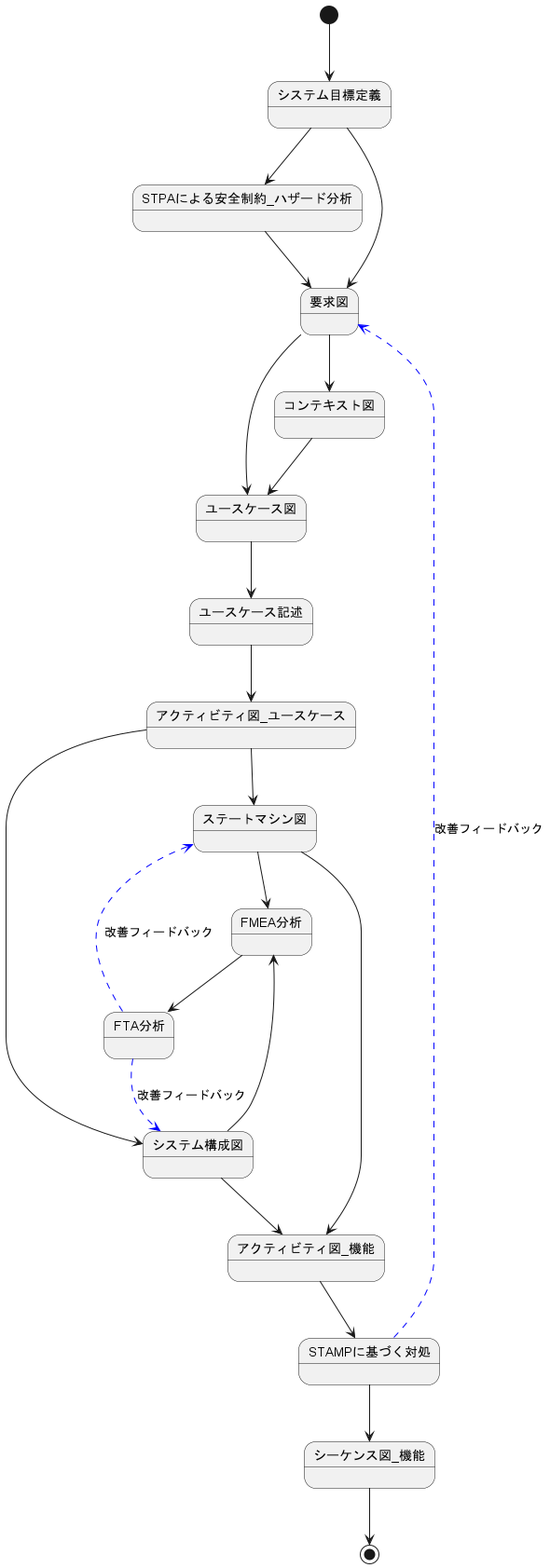
Before: プロセス/開発プロセス.png, a diagram exported from PlantUML (masaki-kato-119/VendingMachine).
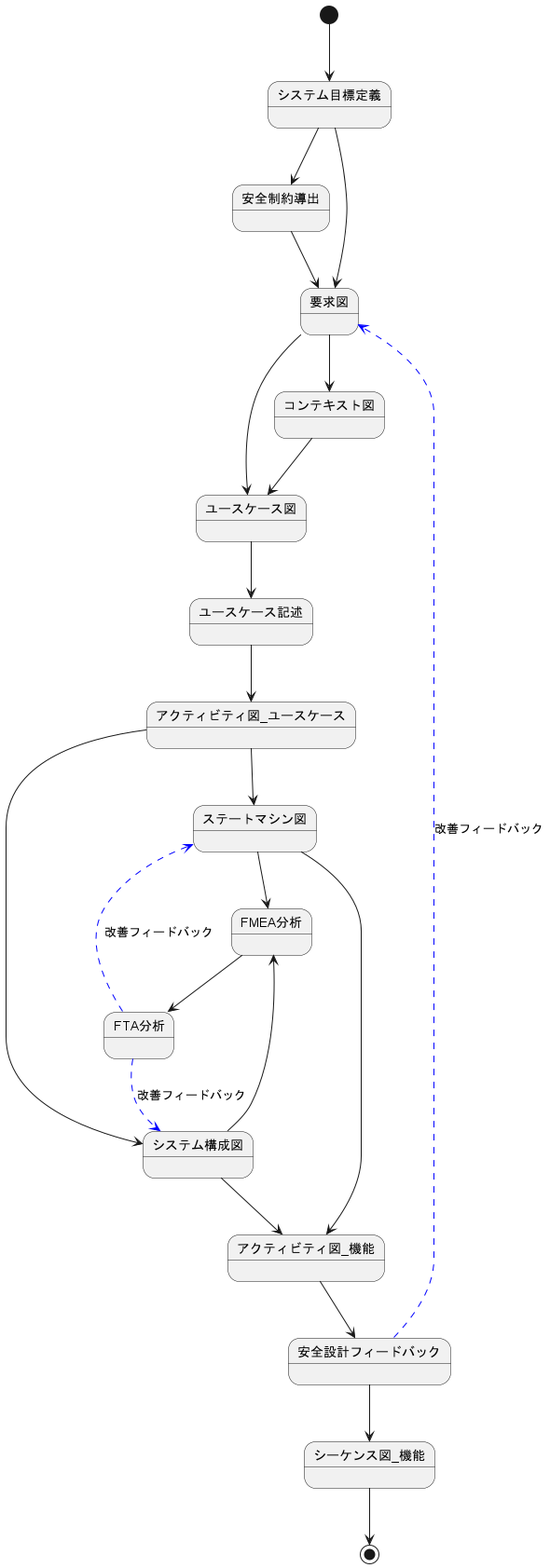
The same diagram one commit later.

The edit, as a diff of the source:
```diff
@@ -1,8 +1,8 @@
 @startuml
 
 [*] --> システム目標定義
-システム目標定義 --> STPAによる安全制約_ハザード分析
-STPAによる安全制約_ハザード分析 --> 要求図
+システム目標定義 --> 安全制約導出
+安全制約導出 --> 要求図
 システム目標定義 --> 要求図
 要求図 --> ユースケース図
 要求図 --> コンテキスト図
@@ -22,9 +22,9 @@
 
 ステートマシン図 --> アクティビティ図_機能
 システム構成図 --> アクティビティ図_機能
-アクティビティ図_機能 --> STAMPに基づく対処
-STAMPに基づく対処 -[#blue,dashed]-> 要求図 : 改善フィードバック
-STAMPに基づく対処 --> シーケンス図_機能
+アクティビティ図_機能 --> 安全設計フィードバック
+安全設計フィードバック -[#blue,dashed]-> 要求図 : 改善フィードバック
+安全設計フィードバック --> シーケンス図_機能
 シーケンス図_機能 --> [*]
 
 @enduml
```
